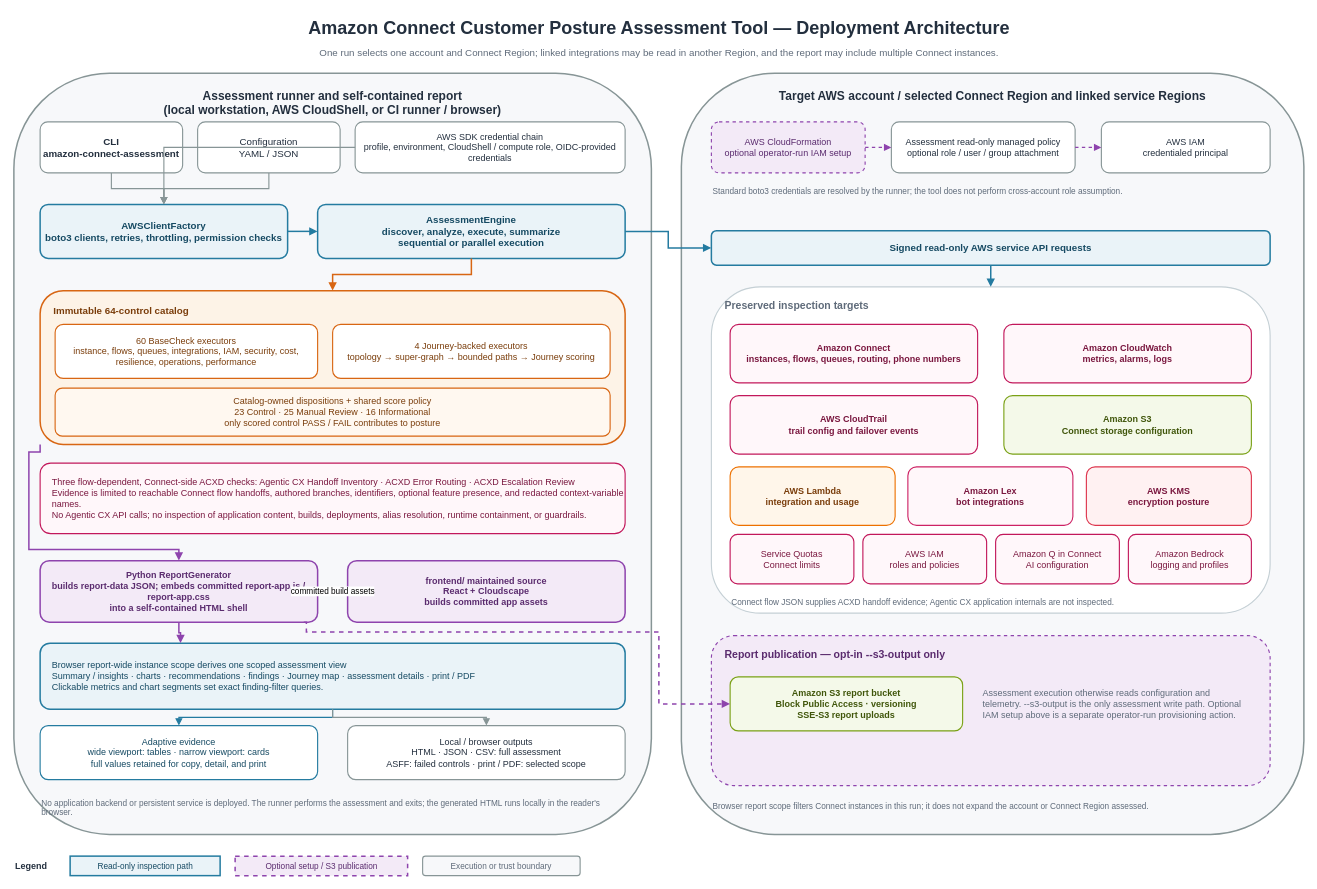
Before: docs/architecture.drawio in aws-samples/sample-amazon-connect-posture-assessment, a draw.io diagram. Source tidied: cells renumbered, new cells numbered last; positions are measured from the earlier drawing's top-left corner, leaving out a move shared by most shapes. Both pictures are drawn from the tidied source at 75%, with x=0, y=0 at pixel (14, 13).
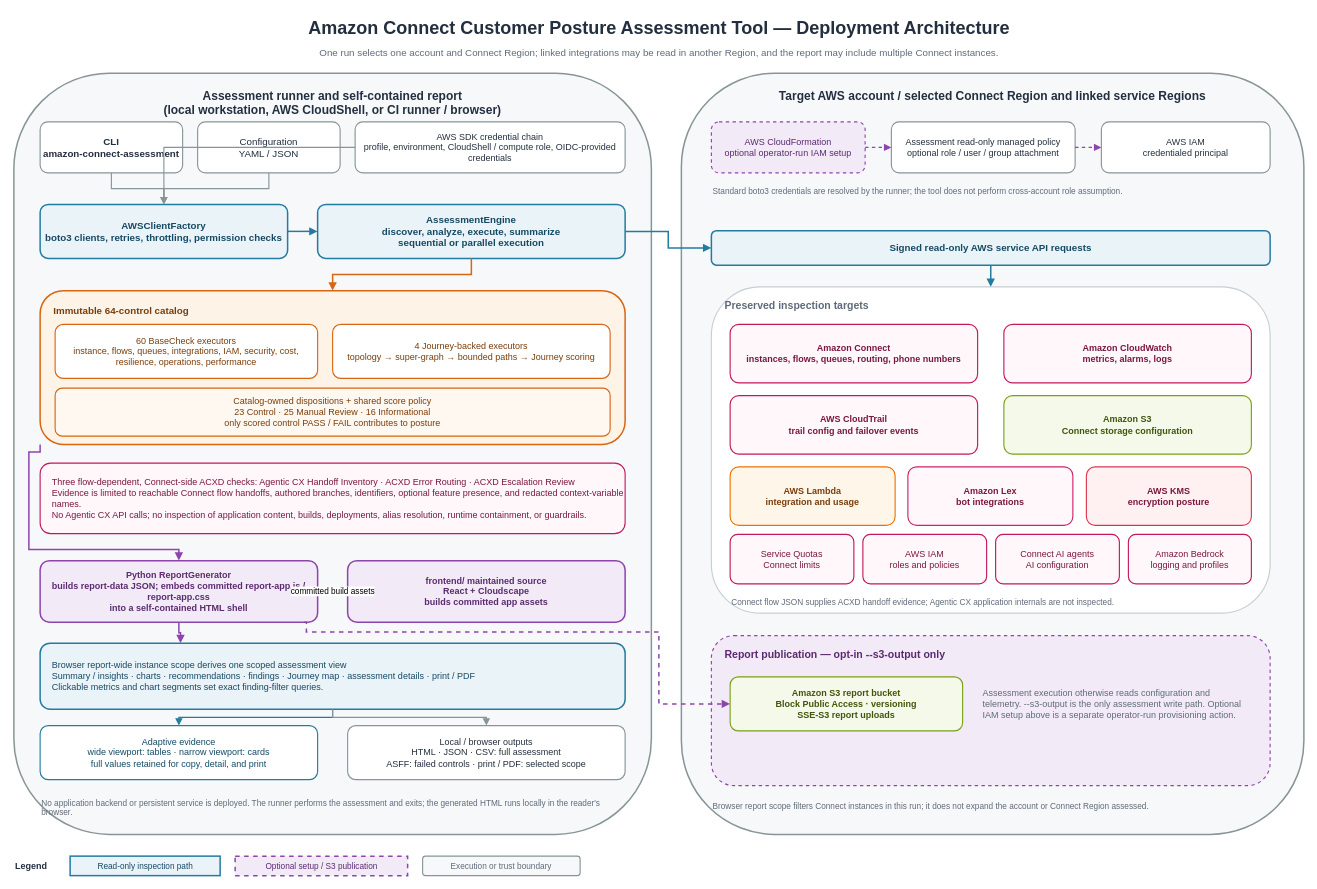
The same page after the edit.

The edit, as a diff of the source:
```diff
@@
-    <mxCell id="37" value="Amazon Q in Connect&lt;br&gt;AI configuration" style="rounded=1;whiteSpace=wrap;html=1;fillColor=#FFF7FA;strokeColor=#C2185B;strokeWidth=1.5;fontColor=#7A173F;fontSize=12;align=center;verticalAlign=middle;" parent="1" vertex="1">
+    <mxCell id="37" value="Connect AI agents&lt;br&gt;AI configuration" style="rounded=1;whiteSpace=wrap;html=1;fillColor=#FFF7FA;strokeColor=#C2185B;strokeWidth=1.5;fontColor=#7A173F;fontSize=12;align=center;verticalAlign=middle;" parent="1" vertex="1">
       <mxGeometry x="1309" y="695" width="165" height="66" as="geometry" />
     </mxCell>
```
